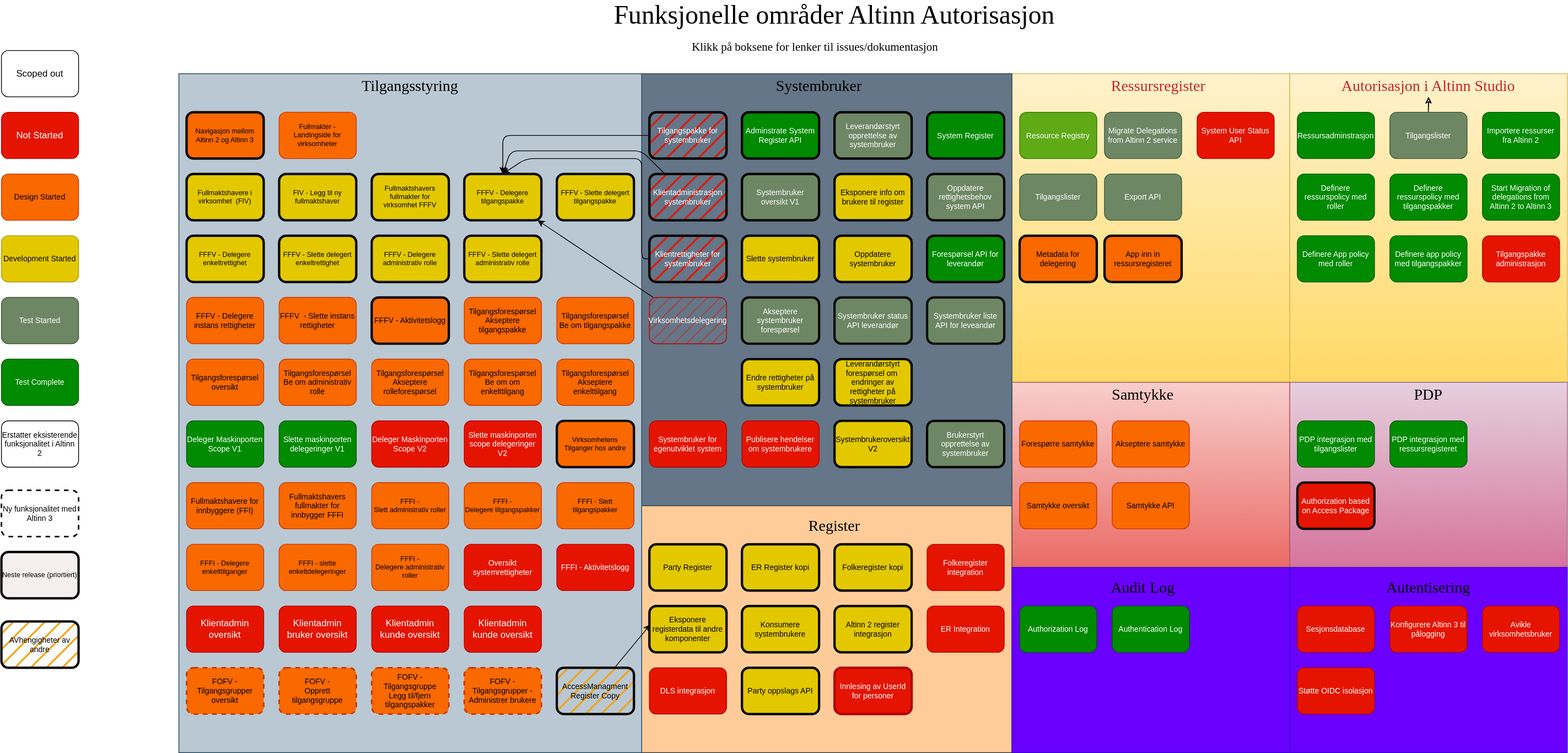
Before: content/authorization/what-do-you-get/functionalareas.drawio.svg, a diagram exported from draw.io (Altinn/altinn-studio-docs). Source tidied: cells renumbered, new cells last; positions are measured from the earlier drawing's top-left corner, leaving out a move shared by most shapes.
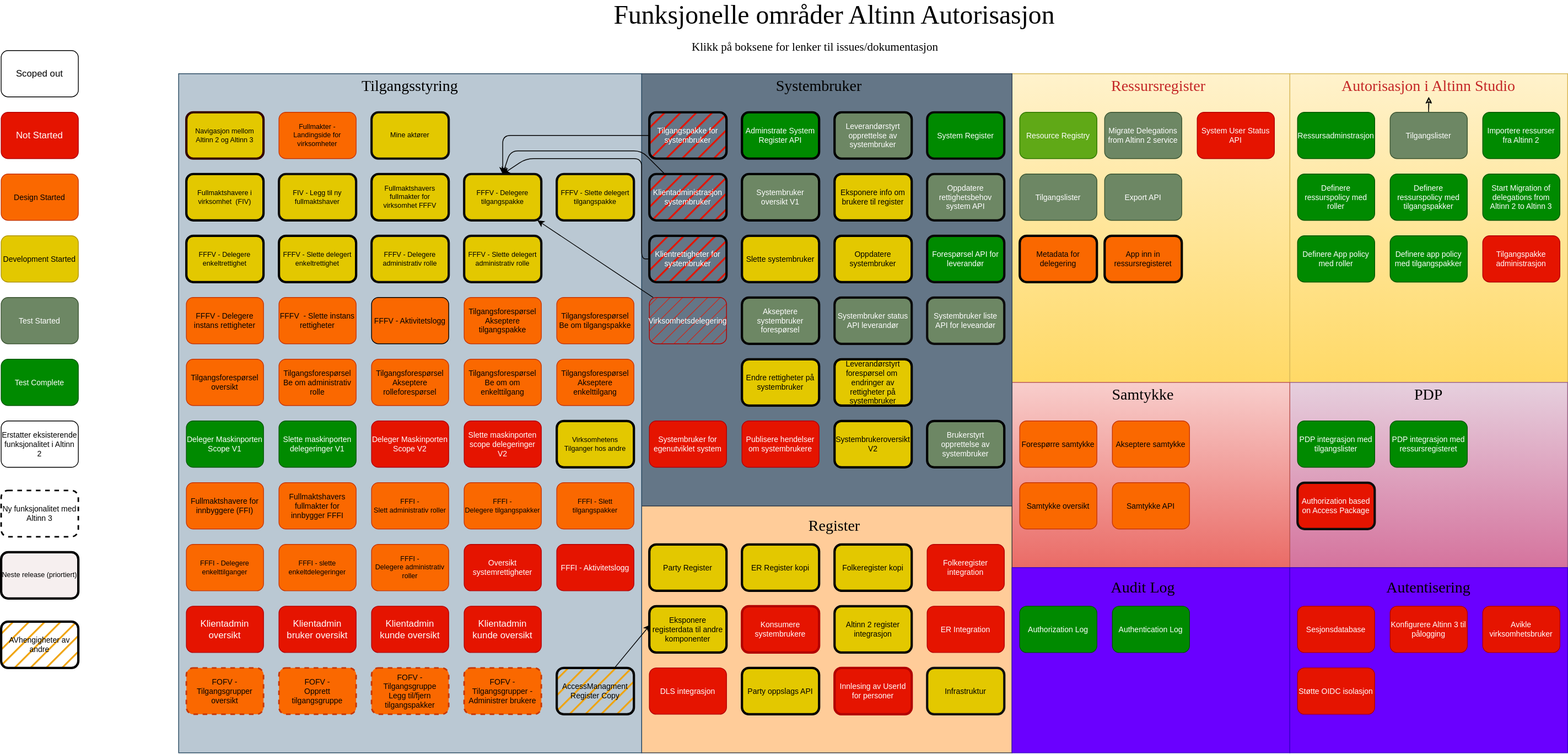
After the commit.

The edit, as a diff of the source:
```diff
@@ -191,7 +191,7 @@
     <mxCell id="64" value="Klientadmin bruker oversikt" style="rounded=1;whiteSpace=wrap;html=1;fillColor=#e51400;fontColor=#ffffff;strokeColor=#B20000;" parent="1" vertex="1">
       <mxGeometry x="360" y="780" width="100" height="60" as="geometry" />
     </mxCell>
-    <mxCell id="65" value="FFFV - Aktivitetslogg" style="rounded=1;whiteSpace=wrap;html=1;fillColor=#fa6800;fontColor=#000000;strokeColor=#000000;strokeWidth=3;fontSize=10;" parent="1" vertex="1">
+    <mxCell id="65" value="FFFV - Aktivitetslogg" style="rounded=1;whiteSpace=wrap;html=1;fillColor=#fa6800;fontColor=#000000;strokeColor=#000000;strokeWidth=1;fontSize=10;" parent="1" vertex="1">
       <mxGeometry x="480" y="380" width="100" height="60" as="geometry" />
     </mxCell>
     <mxCell id="66" value="Systembruker status API leverandør" style="rounded=1;whiteSpace=wrap;html=1;fontSize=10;fillColor=#6d8764;fontColor=#ffffff;strokeColor=#0a0a0a;strokeWidth=3;" parent="1" vertex="1">
@@ -412,13 +412,13 @@
     <mxCell id="132" value="Eksponere info om brukere til register" style="rounded=1;whiteSpace=wrap;html=1;fontSize=10;fillColor=#e3c800;fontColor=#000000;strokeColor=#000000;strokeWidth=3;" parent="1" vertex="1">
       <mxGeometry x="1080" y="220" width="100" height="60" as="geometry" />
     </mxCell>
-    <mxCell id="133" value="Konsumere systembrukere" style="rounded=1;whiteSpace=wrap;html=1;fontSize=10;fillColor=#e3c800;fontColor=#000000;strokeColor=#000000;strokeWidth=3;" parent="1" vertex="1">
+    <mxCell id="133" value="Konsumere systembrukere" style="rounded=1;whiteSpace=wrap;html=1;fontSize=10;fillColor=#e51400;fontColor=#ffffff;strokeColor=#B20000;strokeWidth=3;" parent="1" vertex="1">
       <mxGeometry x="960" y="780" width="100" height="60" as="geometry" />
     </mxCell>
-    <mxCell id="134" value="Virksomhetens Tilganger hos andre&amp;nbsp;" style="rounded=1;whiteSpace=wrap;html=1;fontSize=9;fillColor=#fa6800;fontColor=#000000;strokeColor=#080808;strokeWidth=3;" parent="1" vertex="1">
+    <mxCell id="134" value="Virksomhetens Tilganger hos andre&amp;nbsp;" style="rounded=1;whiteSpace=wrap;html=1;fontSize=9;fillColor=#e3c800;fontColor=#000000;strokeColor=#000000;strokeWidth=3;" parent="1" vertex="1">
       <mxGeometry x="720" y="540" width="100" height="60" as="geometry" />
     </mxCell>
-    <mxCell id="135" value="Navigasjon mellom Altinn 2 og Altinn 3" style="rounded=1;whiteSpace=wrap;html=1;fontSize=9;fillColor=#fa6800;fontColor=#000000;strokeColor=#000000;strokeWidth=3;" parent="1" vertex="1">
+    <mxCell id="135" value="Navigasjon mellom Altinn 2 og Altinn 3" style="rounded=1;whiteSpace=wrap;html=1;fontSize=9;fillColor=#e3c800;fontColor=#000000;strokeColor=#330000;strokeWidth=3;" parent="1" vertex="1">
       <mxGeometry x="240" y="140" width="100" height="60" as="geometry" />
     </mxCell>
     <mxCell id="136" value="Party oppslags API" style="rounded=1;whiteSpace=wrap;html=1;fontSize=10;fillColor=#e3c800;fontColor=#000000;strokeColor=#000000;strokeWidth=3;" parent="1" vertex="1">
@@ -448,5 +448,11 @@
     <mxCell id="144" value="AVhengigheter av andre" style="rounded=1;whiteSpace=wrap;html=1;fontSize=10;fillColor=#f0a30a;fontColor=#000000;strokeColor=#050505;strokeWidth=3;fillStyle=hatch;" parent="1" vertex="1">
       <mxGeometry y="800" width="100" height="60" as="geometry" />
     </mxCell>
+    <mxCell id="145" value="Mine aktører&amp;nbsp;" style="rounded=1;whiteSpace=wrap;html=1;fontSize=9;fillColor=#e3c800;fontColor=#000000;strokeColor=#0d0d0d;strokeWidth=3;" parent="1" vertex="1">
+      <mxGeometry x="480" y="140" width="100" height="60" as="geometry" />
+    </mxCell>
+    <mxCell id="146" value="Infrastruktur" style="rounded=1;whiteSpace=wrap;html=1;fontSize=10;fillColor=#e3c800;fontColor=#000000;strokeColor=#10100f;strokeWidth=3;" parent="1" vertex="1">
+      <mxGeometry x="1200" y="860" width="100" height="60" as="geometry" />
+    </mxCell>
   </root>
 </mxGraphModel>
```
